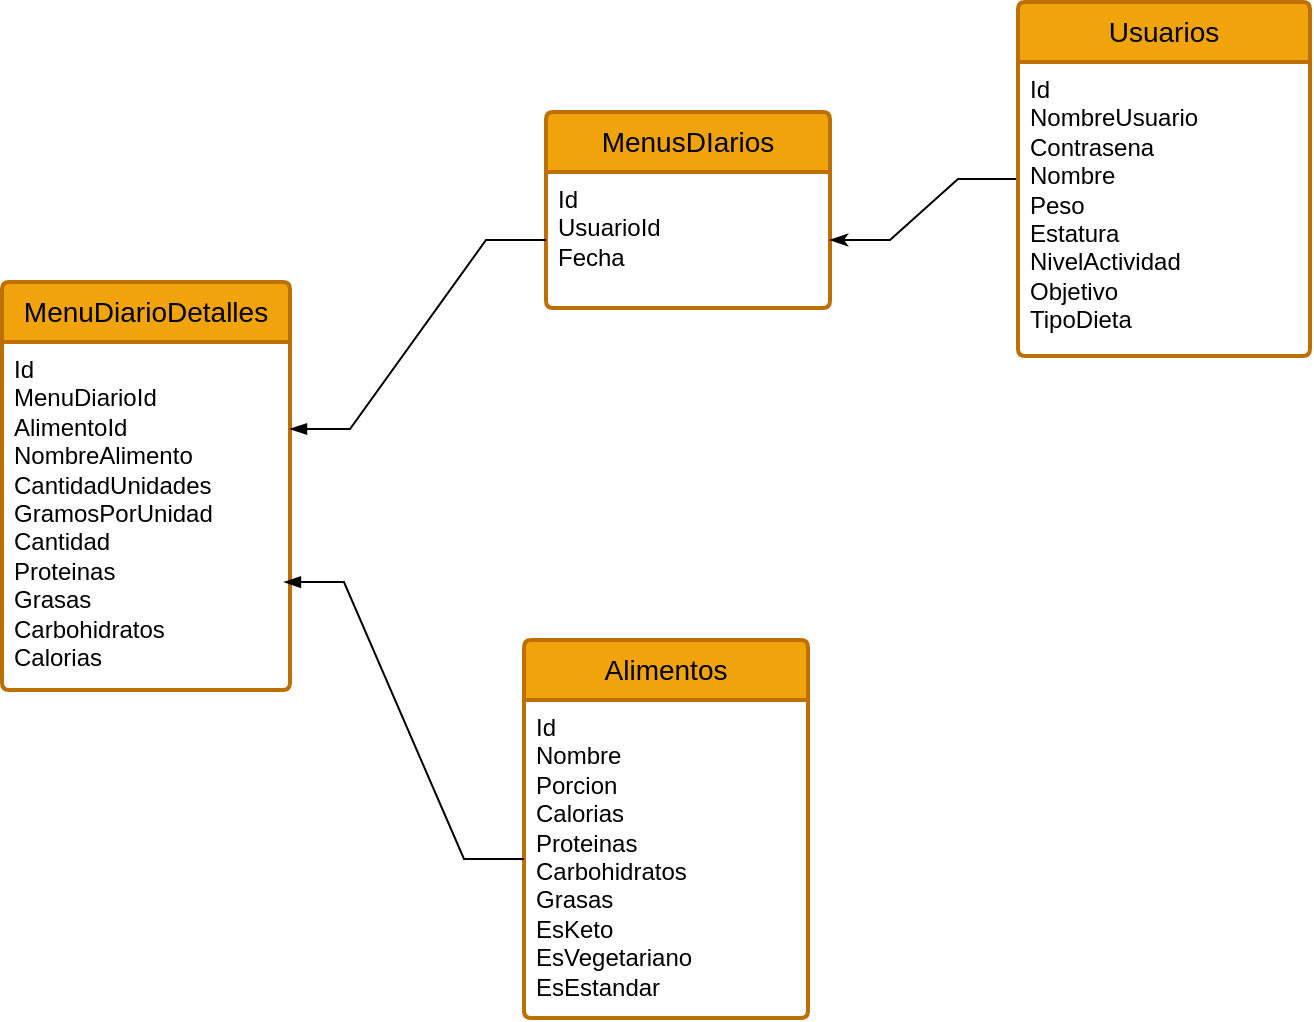
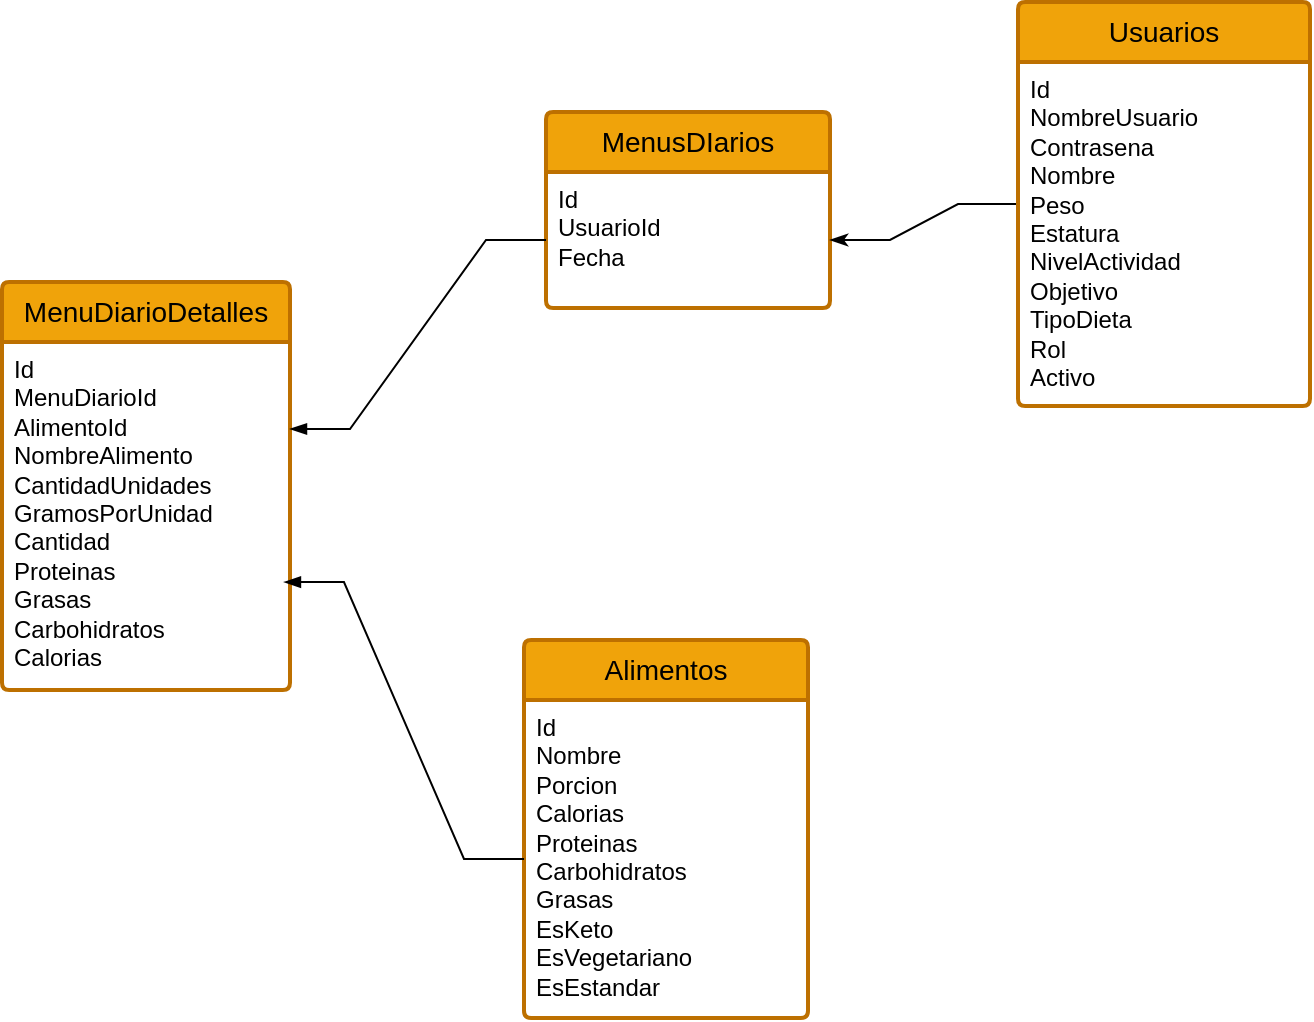
<mxfile host="Electron" agent="Mozilla/5.0 (Windows NT 10.0; Win64; x64) AppleWebKit/537.36 (KHTML, like Gecko) draw.io/29.6.6 Chrome/144.0.7559.236 Electron/40.8.4 Safari/537.36" version="29.6.6">
  <diagram name="Página-1" id="HBlCR--vbSBM_x38LuUG">
-     <mxGraphModel dx="1426" dy="849" grid="0" gridSize="10" guides="1" tooltips="1" connect="1" arrows="1" fold="1" page="1" pageScale="1" pageWidth="827" pageHeight="1169" math="0" shadow="0">
+     <mxGraphModel dx="1188" dy="701" grid="0" gridSize="10" guides="1" tooltips="1" connect="1" arrows="1" fold="1" page="1" pageScale="1" pageWidth="827" pageHeight="1169" math="0" shadow="0">
      <root>
        <mxCell id="0" />
        <mxCell id="1" parent="0" />
        <mxCell id="px86r3d-8WU8kL6_v21W-2" parent="1" style="swimlane;childLayout=stackLayout;horizontal=1;startSize=30;horizontalStack=0;rounded=1;fontSize=14;fontStyle=0;strokeWidth=2;resizeParent=0;resizeLast=1;shadow=0;dashed=0;align=center;arcSize=4;whiteSpace=wrap;html=1;fillColor=#f0a30a;fontColor=#000000;strokeColor=#BD7000;swimlaneFillColor=default;" value="MenuDiarioDetalles" vertex="1">
          <mxGeometry height="204" width="144" x="60" y="190" as="geometry">
            <mxRectangle height="30" width="160" x="60" y="190" as="alternateBounds" />
          </mxGeometry>
        </mxCell>
        <mxCell id="px86r3d-8WU8kL6_v21W-3" parent="px86r3d-8WU8kL6_v21W-2" style="align=left;strokeColor=none;fillColor=none;spacingLeft=4;spacingRight=4;fontSize=12;verticalAlign=top;resizable=0;rotatable=0;part=1;html=1;whiteSpace=wrap;" value="&lt;div style=&quot;padding-top: 0px;&quot;&gt;Id&lt;/div&gt;MenuDiarioId&lt;div&gt;AlimentoId&lt;/div&gt;&lt;div&gt;NombreAlimento&lt;/div&gt;&lt;div&gt;CantidadUnidades&lt;/div&gt;&lt;div&gt;GramosPorUnidad&lt;/div&gt;&lt;div&gt;Cantidad&lt;/div&gt;&lt;div&gt;Proteinas&lt;/div&gt;&lt;div&gt;Grasas&lt;/div&gt;&lt;div&gt;Carbohidratos&lt;/div&gt;&lt;div&gt;Calorias&lt;/div&gt;" vertex="1">
          <mxGeometry height="174" width="144" y="30" as="geometry" />
        </mxCell>
        <mxCell id="px86r3d-8WU8kL6_v21W-4" parent="1" style="swimlane;childLayout=stackLayout;horizontal=1;startSize=30;horizontalStack=0;rounded=1;fontSize=14;fontStyle=0;strokeWidth=2;resizeParent=0;resizeLast=1;shadow=0;dashed=0;align=center;arcSize=4;whiteSpace=wrap;html=1;swimlaneFillColor=default;fillColor=#f0a30a;fontColor=#000000;strokeColor=#BD7000;" value="MenusDIarios" vertex="1">
          <mxGeometry height="98" width="142" x="332" y="105" as="geometry" />
        </mxCell>
        <mxCell id="px86r3d-8WU8kL6_v21W-5" parent="px86r3d-8WU8kL6_v21W-4" style="align=left;strokeColor=none;fillColor=none;spacingLeft=4;spacingRight=4;fontSize=12;verticalAlign=top;resizable=0;rotatable=0;part=1;html=1;whiteSpace=wrap;" value="&lt;div&gt;Id&lt;br&gt;&lt;/div&gt;UsuarioId&lt;br&gt;Fecha" vertex="1">
          <mxGeometry height="68" width="142" y="30" as="geometry" />
        </mxCell>
        <mxCell id="px86r3d-8WU8kL6_v21W-6" parent="1" style="swimlane;childLayout=stackLayout;horizontal=1;startSize=30;horizontalStack=0;rounded=1;fontSize=14;fontStyle=0;strokeWidth=2;resizeParent=0;resizeLast=1;shadow=0;dashed=0;align=center;arcSize=4;whiteSpace=wrap;html=1;fillStyle=solid;fillColor=#f0a30a;fontColor=#000000;strokeColor=#BD7000;gradientColor=none;swimlaneFillColor=default;swimlaneLine=1;" value="Alimentos" vertex="1">
          <mxGeometry height="189" width="142" x="321" y="369" as="geometry" />
        </mxCell>
        <mxCell id="px86r3d-8WU8kL6_v21W-7" parent="px86r3d-8WU8kL6_v21W-6" style="align=left;strokeColor=none;fillColor=none;spacingLeft=4;spacingRight=4;fontSize=12;verticalAlign=top;resizable=0;rotatable=0;part=1;html=1;whiteSpace=wrap;" value="&lt;div&gt;Id&lt;/div&gt;Nombre&lt;div&gt;Porcion&lt;br&gt;Calorias&lt;/div&gt;&lt;div&gt;Proteinas&lt;/div&gt;&lt;div&gt;Carbohidratos&lt;/div&gt;&lt;div&gt;Grasas&lt;/div&gt;&lt;div&gt;EsKeto&lt;/div&gt;&lt;div&gt;EsVegetariano&lt;/div&gt;&lt;div&gt;EsEstandar&lt;/div&gt;" vertex="1">
          <mxGeometry height="159" width="142" y="30" as="geometry" />
        </mxCell>
        <mxCell id="px86r3d-8WU8kL6_v21W-10" edge="1" parent="1" source="px86r3d-8WU8kL6_v21W-8" style="edgeStyle=entityRelationEdgeStyle;rounded=0;orthogonalLoop=1;jettySize=auto;html=1;endArrow=classicThin;endFill=1;entryX=1;entryY=0.5;entryDx=0;entryDy=0;" target="px86r3d-8WU8kL6_v21W-5">
          <mxGeometry relative="1" as="geometry">
            <mxPoint x="410" y="170" as="targetPoint" />
          </mxGeometry>
        </mxCell>
        <mxCell id="px86r3d-8WU8kL6_v21W-8" parent="1" style="swimlane;childLayout=stackLayout;horizontal=1;startSize=30;horizontalStack=0;rounded=1;fontSize=14;fontStyle=0;strokeWidth=2;resizeParent=0;resizeLast=1;shadow=0;dashed=0;align=center;arcSize=4;whiteSpace=wrap;html=1;swimlaneFillColor=default;fillColor=#f0a30a;fontColor=#000000;strokeColor=#BD7000;glass=0;perimeterSpacing=0;" value="Usuarios" vertex="1">
-           <mxGeometry height="177" width="146" x="568" y="50" as="geometry" />
+           <mxGeometry height="202" width="146" x="568" y="50" as="geometry" />
        </mxCell>
-         <mxCell id="px86r3d-8WU8kL6_v21W-9" parent="px86r3d-8WU8kL6_v21W-8" style="align=left;strokeColor=none;fillColor=none;spacingLeft=4;spacingRight=4;fontSize=12;verticalAlign=top;resizable=0;rotatable=0;part=1;html=1;whiteSpace=wrap;" value="&lt;div&gt;Id&lt;/div&gt;&lt;div&gt;NombreUsuario&lt;/div&gt;Contrasena&lt;br&gt;Nombre&lt;br&gt;Peso&lt;br&gt;Estatura&lt;br&gt;NivelActividad&lt;br&gt;Objetivo&lt;div&gt;TipoDieta&lt;br&gt;&lt;div&gt;&lt;br&gt;&lt;/div&gt;&lt;/div&gt;" vertex="1">
-           <mxGeometry height="147" width="146" y="30" as="geometry" />
+         <mxCell id="px86r3d-8WU8kL6_v21W-9" parent="px86r3d-8WU8kL6_v21W-8" style="align=left;strokeColor=none;fillColor=none;spacingLeft=4;spacingRight=4;fontSize=12;verticalAlign=top;resizable=0;rotatable=0;part=1;html=1;whiteSpace=wrap;" value="&lt;div&gt;Id&lt;/div&gt;&lt;div&gt;NombreUsuario&lt;/div&gt;Contrasena&lt;br&gt;Nombre&lt;br&gt;Peso&lt;br&gt;Estatura&lt;br&gt;NivelActividad&lt;br&gt;Objetivo&lt;div&gt;TipoDieta&lt;/div&gt;&lt;div&gt;Rol&lt;/div&gt;&lt;div&gt;Activo&lt;/div&gt;&lt;div&gt;&lt;div&gt;&lt;br&gt;&lt;/div&gt;&lt;/div&gt;" vertex="1">
+           <mxGeometry height="172" width="146" y="30" as="geometry" />
        </mxCell>
        <mxCell id="px86r3d-8WU8kL6_v21W-41" edge="1" parent="px86r3d-8WU8kL6_v21W-8" source="px86r3d-8WU8kL6_v21W-9" style="edgeStyle=orthogonalEdgeStyle;rounded=0;orthogonalLoop=1;jettySize=auto;html=1;exitX=0.5;exitY=1;exitDx=0;exitDy=0;" target="px86r3d-8WU8kL6_v21W-9">
          <mxGeometry relative="1" as="geometry" />
        </mxCell>
        <mxCell id="px86r3d-8WU8kL6_v21W-11" edge="1" parent="1" source="px86r3d-8WU8kL6_v21W-5" style="edgeStyle=entityRelationEdgeStyle;rounded=0;orthogonalLoop=1;jettySize=auto;html=1;endArrow=blockThin;endFill=1;entryX=1;entryY=0.25;entryDx=0;entryDy=0;" target="px86r3d-8WU8kL6_v21W-3">
          <mxGeometry relative="1" as="geometry" />
        </mxCell>
        <mxCell id="px86r3d-8WU8kL6_v21W-12" edge="1" parent="1" source="px86r3d-8WU8kL6_v21W-7" style="edgeStyle=entityRelationEdgeStyle;rounded=0;orthogonalLoop=1;jettySize=auto;html=1;endArrow=blockThin;endFill=1;entryX=0.979;entryY=0.69;entryDx=0;entryDy=0;entryPerimeter=0;" target="px86r3d-8WU8kL6_v21W-3">
          <mxGeometry relative="1" as="geometry">
            <mxPoint x="210" y="340" as="targetPoint" />
          </mxGeometry>
        </mxCell>
      </root>
    </mxGraphModel>
  </diagram>
</mxfile>
